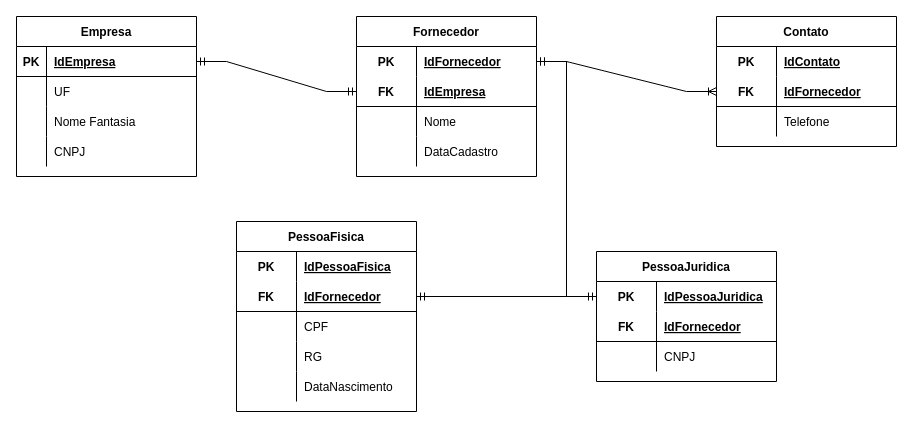
Earlier version of the draw.io diagram page "Diagrama Lógico" (2 of 3) of Diagramas/Diagrama.drawio (MatheusDavidDev/Avaliacao_De_Conhecimento). Source tidied: cells renumbered, new cells numbered last; positions are measured from the earlier drawing's top-left corner, leaving out a move shared by most shapes. Both pictures are drawn from the tidied source at 100%, with x=0, y=0 at pixel (16, 16).
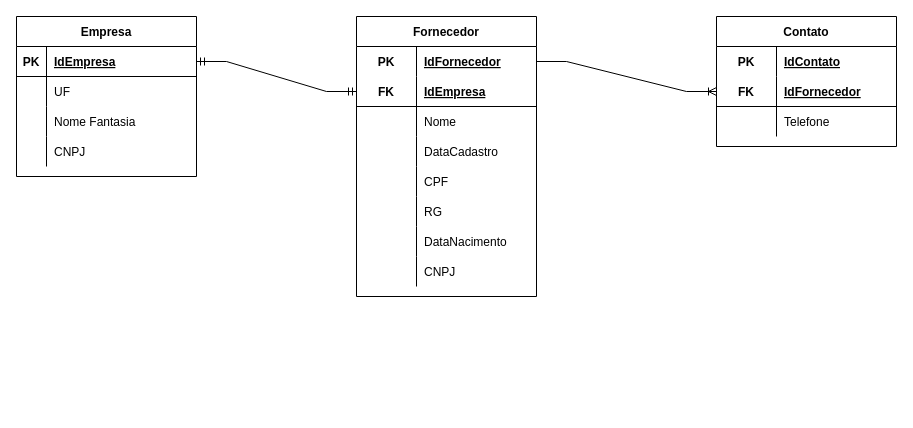
Above is the later version.

Unchanged cells that the change refers to:
```xml
<mxCell id="16" style="shape=partialRectangle;fillColor=none;top=0;left=0;bottom=0;right=0;points=[[0,0.5],[1,0.5]];portConstraint=eastwest;" parent="15" vertex="1">
  <mxGeometry y="30" width="180" height="30" as="geometry" />
</mxCell>
```

Diff of the diagram source:
```diff
@@
     <mxCell id="15" value="Fornecedor" style="shape=table;startSize=30;childLayout=tableLayout;rowLines=0;fontStyle=1;align=center;" parent="1" vertex="1">
-      <mxGeometry x="340" width="180" height="160" as="geometry" />
+      <mxGeometry x="340" width="180" height="280" as="geometry" />
     </mxCell>
@@
-    <mxCell id="28" value="PessoaFisica" style="shape=table;startSize=30;childLayout=tableLayout;rowLines=0;fontStyle=1;align=center;" parent="1" vertex="1">
-      <mxGeometry x="220" y="205" width="180" height="190" as="geometry" />
-    </mxCell>
-    <mxCell id="29" style="shape=partialRectangle;fillColor=none;top=0;left=0;bottom=0;right=0;" parent="28" vertex="1">
-      <mxGeometry y="30" width="180" height="30" as="geometry" />
-    </mxCell>
-    <mxCell id="30" value="PK" style="shape=partialRectangle;fillColor=none;top=0;left=0;bottom=0;right=0;fontStyle=1;overflow=hidden;" parent="29" vertex="1">
-      <mxGeometry width="60" height="30" as="geometry" />
-    </mxCell>
-    <mxCell id="31" value="IdPessoaFisica" style="shape=partialRectangle;fillColor=none;top=0;left=0;bottom=0;right=0;align=left;spacingLeft=6;fontStyle=5;overflow=hidden;" parent="29" vertex="1">
-      <mxGeometry x="60" width="120" height="30" as="geometry" />
-    </mxCell>
-    <mxCell id="32" style="shape=partialRectangle;fillColor=none;top=0;left=0;bottom=1;right=0;points=[[0,0.5],[1,0.5]];portConstraint=eastwest;" parent="28" vertex="1">
-      <mxGeometry y="60" width="180" height="30" as="geometry" />
-    </mxCell>
-    <mxCell id="33" value="FK" style="shape=partialRectangle;fillColor=none;top=0;left=0;bottom=0;right=0;fontStyle=1;overflow=hidden;" parent="32" vertex="1">
-      <mxGeometry width="60" height="30" as="geometry" />
-    </mxCell>
-    <mxCell id="34" value="IdFornecedor" style="shape=partialRectangle;fillColor=none;top=0;left=0;bottom=0;right=0;align=left;spacingLeft=6;fontStyle=5;overflow=hidden;" parent="32" vertex="1">
-      <mxGeometry x="60" width="120" height="30" as="geometry" />
-    </mxCell>
-    <mxCell id="35" style="shape=partialRectangle;fillColor=none;top=0;left=0;bottom=0;right=0;" parent="28" vertex="1">
-      <mxGeometry y="90" width="180" height="30" as="geometry" />
-    </mxCell>
-    <mxCell id="36" style="shape=partialRectangle;fillColor=none;top=0;left=0;bottom=0;right=0;overflow=hidden;" parent="35" vertex="1">
-      <mxGeometry width="60" height="30" as="geometry" />
-    </mxCell>
+    <mxCell id="41" style="shape=partialRectangle;fillColor=none;top=0;left=0;bottom=0;right=0;" parent="15" vertex="1">
+      <mxGeometry y="150" width="180" height="30" as="geometry" />
+    </mxCell>
+    <mxCell id="68" style="shape=partialRectangle;fillColor=none;top=0;left=0;bottom=0;right=0;overflow=hidden;" parent="41" vertex="1">
+      <mxGeometry width="60" height="30" as="geometry" />
+    </mxCell>
-    <mxCell id="37" value="CPF" style="shape=partialRectangle;fillColor=none;top=0;left=0;bottom=0;right=0;align=left;spacingLeft=6;overflow=hidden;" parent="35" vertex="1">
+    <mxCell id="37" value="CPF" style="shape=partialRectangle;fillColor=none;top=0;left=0;bottom=0;right=0;align=left;spacingLeft=6;overflow=hidden;" parent="41" vertex="1">
       <mxGeometry x="60" width="120" height="30" as="geometry" />
     </mxCell>
-    <mxCell id="38" style="shape=partialRectangle;fillColor=none;top=0;left=0;bottom=0;right=0;" parent="28" vertex="1">
-      <mxGeometry y="120" width="180" height="30" as="geometry" />
-    </mxCell>
-    <mxCell id="39" style="shape=partialRectangle;fillColor=none;top=0;left=0;bottom=0;right=0;overflow=hidden;" parent="38" vertex="1">
-      <mxGeometry width="60" height="30" as="geometry" />
-    </mxCell>
+    <mxCell id="69" style="shape=partialRectangle;fillColor=none;top=0;left=0;bottom=0;right=0;" parent="15" vertex="1">
+      <mxGeometry y="180" width="180" height="30" as="geometry" />
+    </mxCell>
+    <mxCell id="70" style="shape=partialRectangle;fillColor=none;top=0;left=0;bottom=0;right=0;overflow=hidden;" parent="69" vertex="1">
+      <mxGeometry width="60" height="30" as="geometry" />
+    </mxCell>
-    <mxCell id="40" value="RG" style="shape=partialRectangle;fillColor=none;top=0;left=0;bottom=0;right=0;align=left;spacingLeft=6;overflow=hidden;" parent="38" vertex="1">
+    <mxCell id="40" value="RG" style="shape=partialRectangle;fillColor=none;top=0;left=0;bottom=0;right=0;align=left;spacingLeft=6;overflow=hidden;" parent="69" vertex="1">
       <mxGeometry x="60" width="120" height="30" as="geometry" />
     </mxCell>
-    <mxCell id="41" style="shape=partialRectangle;fillColor=none;top=0;left=0;bottom=0;right=0;" parent="28" vertex="1">
-      <mxGeometry y="150" width="180" height="30" as="geometry" />
-    </mxCell>
-    <mxCell id="42" style="shape=partialRectangle;fillColor=none;top=0;left=0;bottom=0;right=0;overflow=hidden;" parent="41" vertex="1">
-      <mxGeometry width="60" height="30" as="geometry" />
-    </mxCell>
-    <mxCell id="43" value="DataNascimento" style="shape=partialRectangle;fillColor=none;top=0;left=0;bottom=0;right=0;align=left;spacingLeft=6;overflow=hidden;" parent="41" vertex="1">
-      <mxGeometry x="60" width="120" height="30" as="geometry" />
-    </mxCell>
-    <mxCell id="44" value="PessoaJuridica" style="shape=table;startSize=30;childLayout=tableLayout;rowLines=0;fontStyle=1;align=center;" parent="1" vertex="1">
-      <mxGeometry x="580" y="235" width="180" height="130" as="geometry" />
-    </mxCell>
-    <mxCell id="45" style="shape=partialRectangle;fillColor=none;top=0;left=0;bottom=0;right=0;points=[[0,0.5],[1,0.5]];portConstraint=eastwest;" parent="44" vertex="1">
-      <mxGeometry y="30" width="180" height="30" as="geometry" />
-    </mxCell>
-    <mxCell id="46" value="PK" style="shape=partialRectangle;fillColor=none;top=0;left=0;bottom=0;right=0;fontStyle=1;overflow=hidden;" parent="45" vertex="1">
-      <mxGeometry width="60" height="30" as="geometry" />
-    </mxCell>
-    <mxCell id="47" value="IdPessoaJuridica" style="shape=partialRectangle;fillColor=none;top=0;left=0;bottom=0;right=0;align=left;spacingLeft=6;fontStyle=5;overflow=hidden;" parent="45" vertex="1">
-      <mxGeometry x="60" width="120" height="30" as="geometry" />
-    </mxCell>
-    <mxCell id="48" style="shape=partialRectangle;fillColor=none;top=0;left=0;bottom=1;right=0;" parent="44" vertex="1">
-      <mxGeometry y="60" width="180" height="30" as="geometry" />
-    </mxCell>
-    <mxCell id="49" value="FK" style="shape=partialRectangle;fillColor=none;top=0;left=0;bottom=0;right=0;fontStyle=1;overflow=hidden;" parent="48" vertex="1">
-      <mxGeometry width="60" height="30" as="geometry" />
-    </mxCell>
-    <mxCell id="50" value="IdFornecedor" style="shape=partialRectangle;fillColor=none;top=0;left=0;bottom=0;right=0;align=left;spacingLeft=6;fontStyle=5;overflow=hidden;" parent="48" vertex="1">
-      <mxGeometry x="60" width="120" height="30" as="geometry" />
-    </mxCell>
-    <mxCell id="51" style="shape=partialRectangle;fillColor=none;top=0;left=0;bottom=0;right=0;" parent="44" vertex="1">
-      <mxGeometry y="90" width="180" height="30" as="geometry" />
-    </mxCell>
-    <mxCell id="52" style="shape=partialRectangle;fillColor=none;top=0;left=0;bottom=0;right=0;overflow=hidden;" parent="51" vertex="1">
-      <mxGeometry width="60" height="30" as="geometry" />
-    </mxCell>
+    <mxCell id="71" style="shape=partialRectangle;fillColor=none;top=0;left=0;bottom=0;right=0;" parent="15" vertex="1">
+      <mxGeometry y="210" width="180" height="30" as="geometry" />
+    </mxCell>
+    <mxCell id="72" style="shape=partialRectangle;fillColor=none;top=0;left=0;bottom=0;right=0;overflow=hidden;" parent="71" vertex="1">
+      <mxGeometry width="60" height="30" as="geometry" />
+    </mxCell>
+    <mxCell id="73" value="DataNacimento" style="shape=partialRectangle;fillColor=none;top=0;left=0;bottom=0;right=0;align=left;spacingLeft=6;overflow=hidden;" parent="71" vertex="1">
+      <mxGeometry x="60" width="120" height="30" as="geometry" />
+    </mxCell>
+    <mxCell id="74" style="shape=partialRectangle;fillColor=none;top=0;left=0;bottom=0;right=0;" parent="15" vertex="1">
+      <mxGeometry y="240" width="180" height="30" as="geometry" />
+    </mxCell>
+    <mxCell id="75" style="shape=partialRectangle;fillColor=none;top=0;left=0;bottom=0;right=0;overflow=hidden;" parent="74" vertex="1">
+      <mxGeometry width="60" height="30" as="geometry" />
+    </mxCell>
-    <mxCell id="53" value="CNPJ" style="shape=partialRectangle;fillColor=none;top=0;left=0;bottom=0;right=0;align=left;spacingLeft=6;overflow=hidden;" parent="51" vertex="1">
+    <mxCell id="53" value="CNPJ" style="shape=partialRectangle;fillColor=none;top=0;left=0;bottom=0;right=0;align=left;spacingLeft=6;overflow=hidden;" parent="74" vertex="1">
       <mxGeometry x="60" width="120" height="30" as="geometry" />
     </mxCell>
@@
-    <mxCell id="65" style="edgeStyle=entityRelationEdgeStyle;fontSize=12;html=1;endArrow=ERmandOne;startArrow=ERmandOne;rounded=0;" parent="1" edge="1" source="16" target="32">
-      <mxGeometry relative="1" as="geometry" />
-    </mxCell>
-    <mxCell id="66" style="edgeStyle=entityRelationEdgeStyle;fontSize=12;html=1;endArrow=ERmandOne;startArrow=ERmandOne;rounded=0;" parent="1" edge="1" source="16" target="45">
-      <mxGeometry relative="1" as="geometry" />
-    </mxCell>
```
